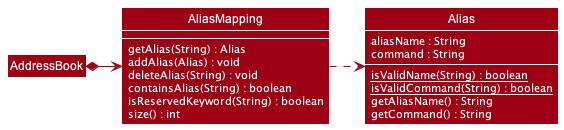
Before: docs/images/alias/AliasMappingClassDiagram.png, a diagram exported from PlantUML (nus-cs2103-AY2021S2/tp).
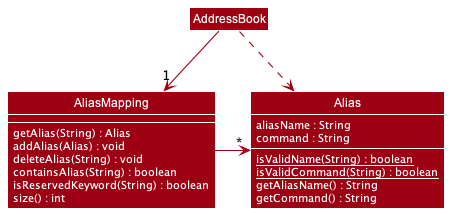
Later version of the same file.

Commit message:
Docs(alias): Update alias class diagram

Diff of the diagram source:
```diff
@@ -7,7 +7,6 @@
 skinparam classBorderColor WHITE
 skinparam classFontColor WHITE
 skinparam classAttributeFontColor WHITE
-
 
 class AliasMapping {
     getAlias(String) : Alias
@@ -30,7 +29,8 @@
 }
 show Alias members
 
-AddressBook *-right-> AliasMapping
-AliasMapping .> Alias
+AddressBook -right-> "1" AliasMapping
+AliasMapping -right-> "*" Alias
+AddressBook ..> Alias
 
 @enduml
```
